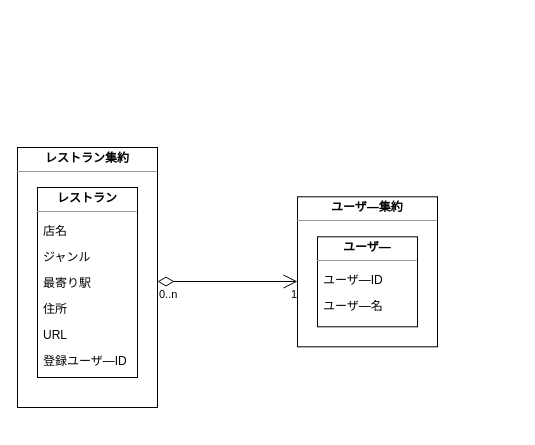
This is docs/domain/domain.drawio from taga3s/pecopeco, a draw.io file, before an edit. Source tidied: cells renumbered, new cells numbered last; positions are measured from the earlier drawing's top-left corner, leaving out a move shared by most shapes. Both pictures are drawn from the tidied source at 100%, with x=0, y=0 at pixel (17, 147).
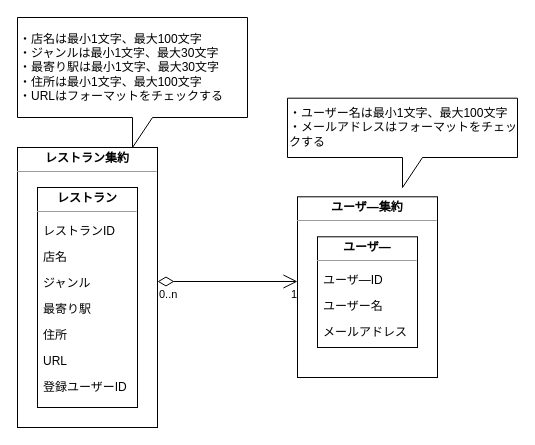
After the change.

What changed in the source:
```diff
@@
     <mxCell id="2" value="&lt;p style=&quot;margin:0px;margin-top:4px;text-align:center;&quot;&gt;&lt;b&gt;レストラン集約&lt;/b&gt;&lt;/p&gt;&lt;hr size=&quot;1&quot;&gt;&lt;div style=&quot;height:2px;&quot;&gt;&lt;/div&gt;" style="verticalAlign=top;align=left;overflow=fill;fontSize=12;fontFamily=Helvetica;html=1;whiteSpace=wrap;" parent="1" vertex="1">
-      <mxGeometry width="140" height="260" as="geometry" />
+      <mxGeometry width="140" height="280" as="geometry" />
     </mxCell>
     <mxCell id="3" value="&lt;p style=&quot;margin:0px;margin-top:4px;text-align:center;&quot;&gt;&lt;b&gt;レストラン&lt;/b&gt;&lt;/p&gt;&lt;hr size=&quot;1&quot;&gt;&lt;div style=&quot;height:2px;&quot;&gt;&lt;/div&gt;" style="verticalAlign=top;align=left;overflow=fill;fontSize=12;fontFamily=Helvetica;html=1;whiteSpace=wrap;" parent="1" vertex="1">
-      <mxGeometry x="20" y="40" width="100" height="190" as="geometry" />
+      <mxGeometry x="20" y="40" width="100" height="220" as="geometry" />
     </mxCell>
-    <mxCell id="4" value="店名" style="text;strokeColor=none;fillColor=none;align=left;verticalAlign=top;spacingLeft=4;spacingRight=4;overflow=hidden;whiteSpace=wrap;html=1;" parent="1" vertex="1">
+    <mxCell id="4" value="レストランID" style="text;strokeColor=none;fillColor=none;align=left;verticalAlign=top;spacingLeft=4;spacingRight=4;overflow=hidden;whiteSpace=wrap;html=1;" parent="1" vertex="1">
       <mxGeometry x="20" y="70" width="100" height="26" as="geometry" />
     </mxCell>
-    <mxCell id="5" value="ジャンル" style="text;strokeColor=none;fillColor=none;align=left;verticalAlign=top;spacingLeft=4;spacingRight=4;overflow=hidden;whiteSpace=wrap;html=1;" parent="1" vertex="1">
-      <mxGeometry x="20" y="96" width="100" height="26" as="geometry" />
+    <mxCell id="5" value="店名" style="text;strokeColor=none;fillColor=none;align=left;verticalAlign=top;spacingLeft=4;spacingRight=4;overflow=hidden;whiteSpace=wrap;html=1;" parent="1" vertex="1">
+      <mxGeometry x="20" y="96" width="100" height="24" as="geometry" />
     </mxCell>
-    <mxCell id="6" value="住所" style="text;strokeColor=none;fillColor=none;align=left;verticalAlign=top;spacingLeft=4;spacingRight=4;overflow=hidden;whiteSpace=wrap;html=1;" parent="1" vertex="1">
+    <mxCell id="6" value="最寄り駅" style="text;strokeColor=none;fillColor=none;align=left;verticalAlign=top;spacingLeft=4;spacingRight=4;overflow=hidden;whiteSpace=wrap;html=1;" parent="1" vertex="1">
       <mxGeometry x="20" y="148" width="100" height="26" as="geometry" />
     </mxCell>
-    <mxCell id="7" value="URL" style="text;strokeColor=none;fillColor=none;align=left;verticalAlign=top;spacingLeft=4;spacingRight=4;overflow=hidden;whiteSpace=wrap;html=1;" parent="1" vertex="1">
+    <mxCell id="7" value="住所" style="text;strokeColor=none;fillColor=none;align=left;verticalAlign=top;spacingLeft=4;spacingRight=4;overflow=hidden;whiteSpace=wrap;html=1;" parent="1" vertex="1">
       <mxGeometry x="20" y="174" width="100" height="26" as="geometry" />
     </mxCell>
-    <mxCell id="8" value="最寄り駅" style="text;strokeColor=none;fillColor=none;align=left;verticalAlign=top;spacingLeft=4;spacingRight=4;overflow=hidden;whiteSpace=wrap;html=1;" parent="1" vertex="1">
+    <mxCell id="8" value="ジャンル" style="text;strokeColor=none;fillColor=none;align=left;verticalAlign=top;spacingLeft=4;spacingRight=4;overflow=hidden;whiteSpace=wrap;html=1;" parent="1" vertex="1">
       <mxGeometry x="20" y="122" width="100" height="26" as="geometry" />
     </mxCell>
-    <mxCell id="9" value="登録ユーザ―ID" style="text;strokeColor=none;fillColor=none;align=left;verticalAlign=top;spacingLeft=4;spacingRight=4;overflow=hidden;whiteSpace=wrap;html=1;" parent="1" vertex="1">
+    <mxCell id="9" value="URL" style="text;strokeColor=none;fillColor=none;align=left;verticalAlign=top;spacingLeft=4;spacingRight=4;overflow=hidden;whiteSpace=wrap;html=1;" parent="1" vertex="1">
       <mxGeometry x="20" y="200" width="100" height="26" as="geometry" />
     </mxCell>
     <mxCell id="10" value="&lt;p style=&quot;margin:0px;margin-top:4px;text-align:center;&quot;&gt;&lt;b&gt;ユーザ―集約&lt;/b&gt;&lt;/p&gt;&lt;hr size=&quot;1&quot;&gt;&lt;div style=&quot;height:2px;&quot;&gt;&lt;/div&gt;" style="verticalAlign=top;align=left;overflow=fill;fontSize=12;fontFamily=Helvetica;html=1;whiteSpace=wrap;" parent="1" vertex="1">
-      <mxGeometry x="280" y="49.3" width="140" height="150" as="geometry" />
+      <mxGeometry x="280" y="49.3" width="140" height="180.7" as="geometry" />
     </mxCell>
     <mxCell id="11" value="&lt;p style=&quot;margin:0px;margin-top:4px;text-align:center;&quot;&gt;&lt;b&gt;ユーザ―&lt;/b&gt;&lt;/p&gt;&lt;hr size=&quot;1&quot;&gt;&lt;div style=&quot;height:2px;&quot;&gt;&lt;/div&gt;" style="verticalAlign=top;align=left;overflow=fill;fontSize=12;fontFamily=Helvetica;html=1;whiteSpace=wrap;" parent="1" vertex="1">
-      <mxGeometry x="300" y="89.3" width="100" height="90" as="geometry" />
+      <mxGeometry x="300" y="89.3" width="100" height="110.7" as="geometry" />
     </mxCell>
@@
-    <mxCell id="13" value="ユーザ―名" style="text;strokeColor=none;fillColor=none;align=left;verticalAlign=top;spacingLeft=4;spacingRight=4;overflow=hidden;whiteSpace=wrap;html=1;" parent="1" vertex="1">
+    <mxCell id="13" value="ユーザー名" style="text;strokeColor=none;fillColor=none;align=left;verticalAlign=top;spacingLeft=4;spacingRight=4;overflow=hidden;whiteSpace=wrap;html=1;" parent="1" vertex="1">
       <mxGeometry x="300" y="145.3" width="100" height="26" as="geometry" />
     </mxCell>
@@
+    <mxCell id="19" value="登録ユーザーID" style="text;strokeColor=none;fillColor=none;align=left;verticalAlign=top;spacingLeft=4;spacingRight=4;overflow=hidden;whiteSpace=wrap;html=1;" parent="1" vertex="1">
+      <mxGeometry x="20" y="226" width="100" height="26" as="geometry" />
+    </mxCell>
+    <mxCell id="20" value="メールアドレス" style="text;strokeColor=none;fillColor=none;align=left;verticalAlign=top;spacingLeft=4;spacingRight=4;overflow=hidden;whiteSpace=wrap;html=1;" parent="1" vertex="1">
+      <mxGeometry x="300" y="171.3" width="100" height="26" as="geometry" />
+    </mxCell>
+    <mxCell id="21" value="&lt;span style=&quot;background-color: initial;&quot;&gt;・店名は最小1文字、最大100文字&lt;/span&gt;&lt;br&gt;&lt;div style=&quot;&quot;&gt;&lt;span style=&quot;background-color: initial;&quot;&gt;・ジャンルは最小1文字、最大30文字&lt;/span&gt;&lt;/div&gt;&lt;div style=&quot;&quot;&gt;&lt;span style=&quot;background-color: initial;&quot;&gt;・最寄り駅は最小1文字、最大30文字&lt;/span&gt;&lt;/div&gt;&lt;div style=&quot;&quot;&gt;・住所は最小1文字、最大100文字&lt;/div&gt;&lt;div style=&quot;&quot;&gt;・URLはフォーマットをチェックする&lt;/div&gt;" style="shape=callout;whiteSpace=wrap;html=1;perimeter=calloutPerimeter;align=left;" parent="1" vertex="1">
+      <mxGeometry y="-130" width="230" height="130" as="geometry" />
+    </mxCell>
+    <mxCell id="22" value="・ユーザー名は最小1文字、最大100文字&lt;br&gt;・メールアドレスはフォーマットをチェックする" style="shape=callout;whiteSpace=wrap;html=1;perimeter=calloutPerimeter;align=left;" parent="1" vertex="1">
+      <mxGeometry x="270" y="-49.3" width="230" height="89.3" as="geometry" />
+    </mxCell>
```
